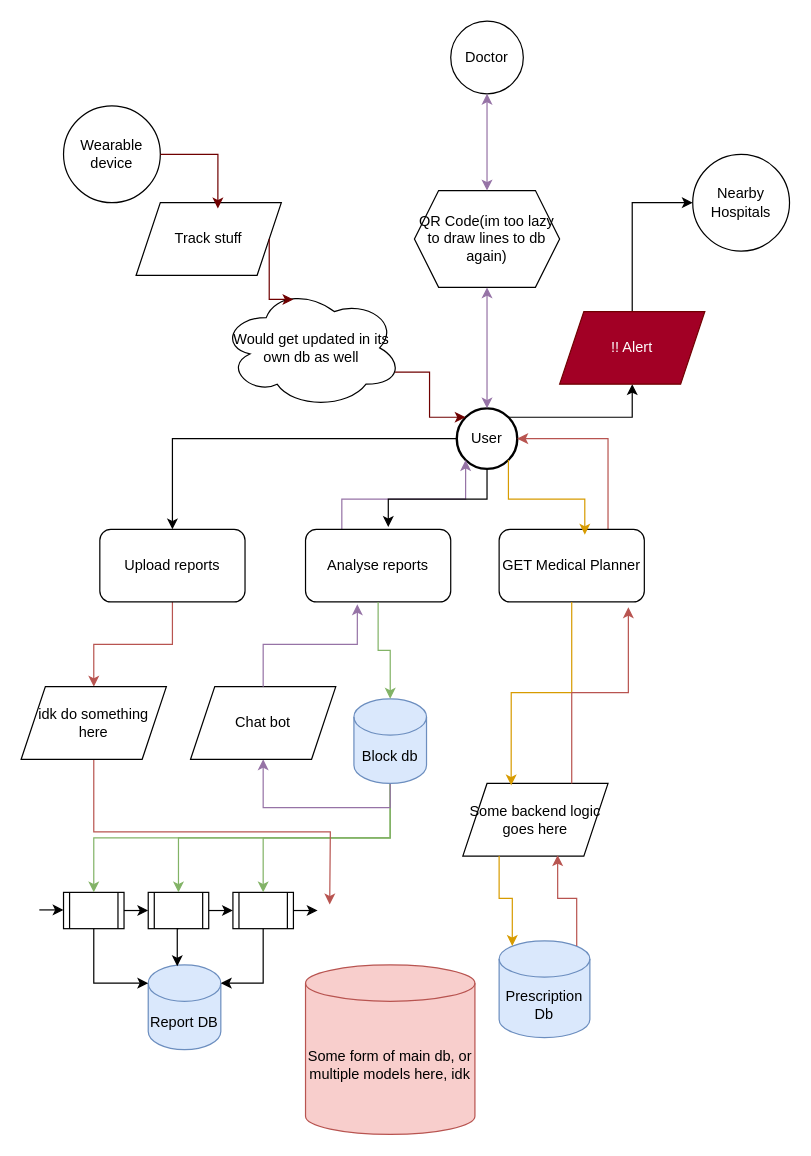
The draw.io diagram DSD_Hacksphere.drawio in Dhaarun-Abhimanyu/temporary, before the edit. Source tidied: cells renumbered, new cells numbered last; positions are measured from the earlier drawing's top-left corner, leaving out a move shared by most shapes. Both pictures are drawn from the tidied source at 121%, with x=0, y=0 at pixel (21, 21).
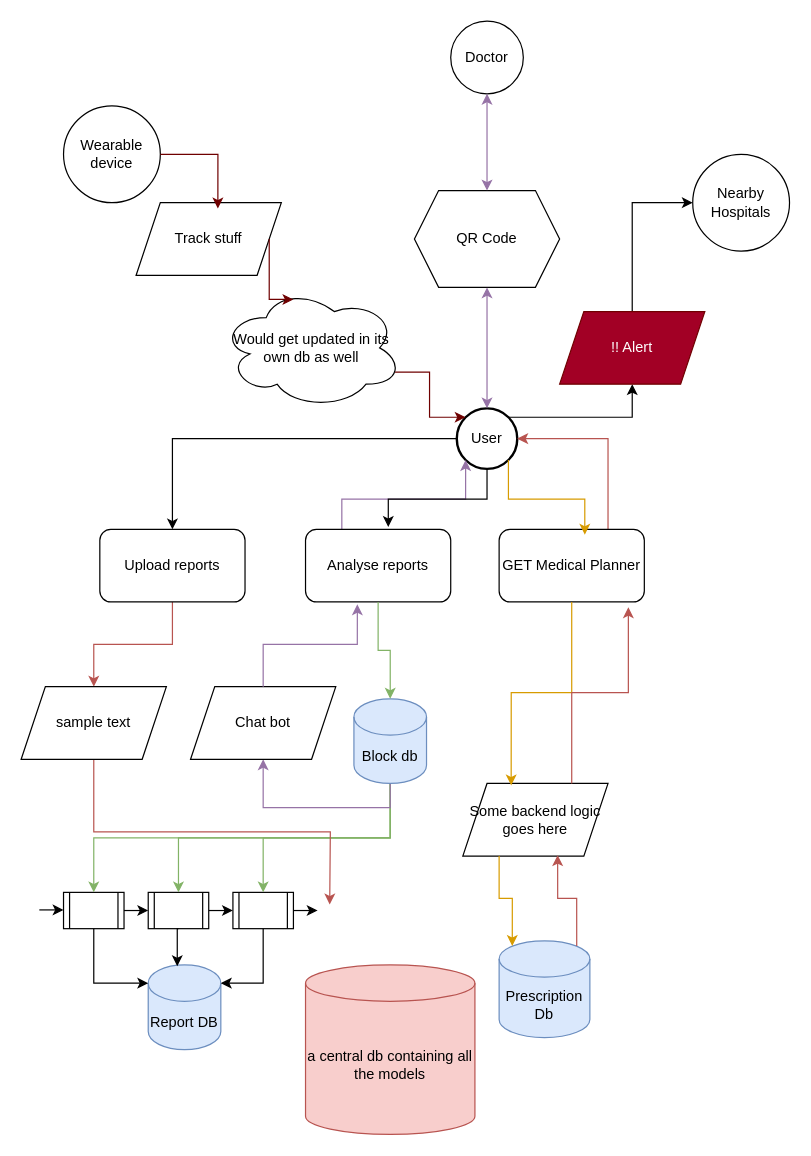
Above is the later version.

What changed in the source:
```diff
@@
-    <mxCell id="26" value="idk do something here" style="shape=parallelogram;perimeter=parallelogramPerimeter;whiteSpace=wrap;html=1;fixedSize=1;" parent="1" vertex="1">
+    <mxCell id="26" value="sample text" style="shape=parallelogram;perimeter=parallelogramPerimeter;whiteSpace=wrap;html=1;fixedSize=1;" parent="1" vertex="1">
       <mxGeometry y="550" width="120" height="60" as="geometry" />
     </mxCell>
@@
-    <mxCell id="40" value="QR Code(im too lazy to draw lines to db again)" style="shape=hexagon;perimeter=hexagonPerimeter2;whiteSpace=wrap;html=1;fixedSize=1;" parent="1" vertex="1">
+    <mxCell id="40" value="QR Code" style="shape=hexagon;perimeter=hexagonPerimeter2;whiteSpace=wrap;html=1;fixedSize=1;" parent="1" vertex="1">
       <mxGeometry x="325" y="140" width="120" height="80" as="geometry" />
     </mxCell>
@@
-    <mxCell id="44" value="Some form of main db, or multiple models here, idk" style="shape=cylinder3;whiteSpace=wrap;html=1;boundedLbl=1;backgroundOutline=1;size=15;fillColor=#f8cecc;strokeColor=#b85450;" parent="1" vertex="1">
+    <mxCell id="44" value="a central db containing all the models" style="shape=cylinder3;whiteSpace=wrap;html=1;boundedLbl=1;backgroundOutline=1;size=15;fillColor=#f8cecc;strokeColor=#b85450;" parent="1" vertex="1">
       <mxGeometry x="235" y="780" width="140" height="140" as="geometry" />
     </mxCell>
```
